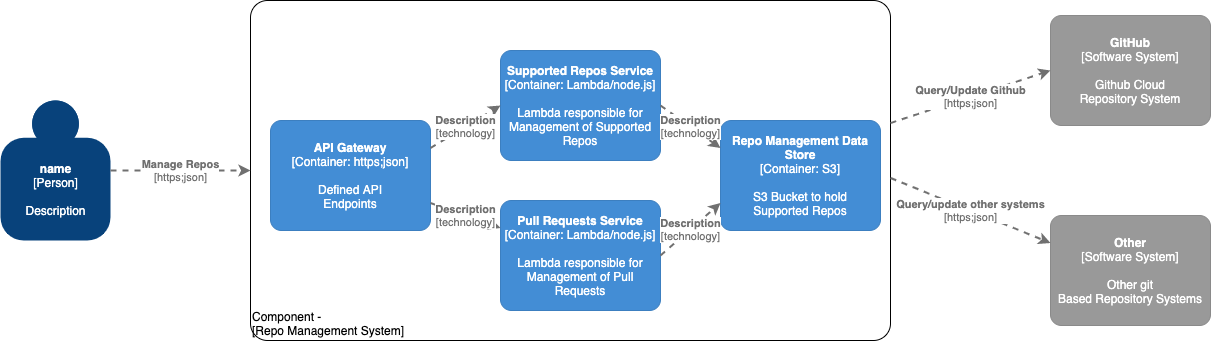
Above: design/images/Component.png in patrick-chesser-dev/repositorymanagement (draw.io), before the change. Source tidied: cells renumbered, new cells last; positions are measured from the earlier drawing's top-left corner, leaving out a move shared by most shapes.
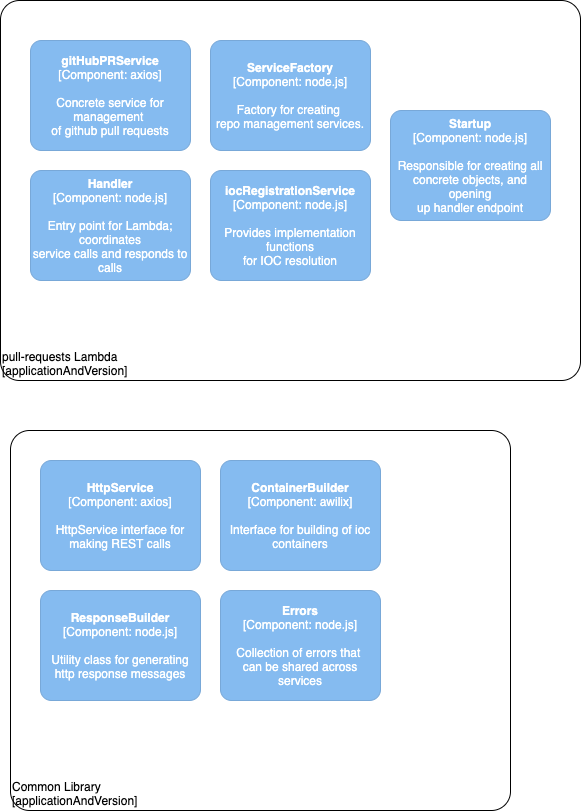
The same file after the commit.

Diff of the diagram source:
```diff
@@ -1,85 +1,61 @@
 <mxGraphModel>
   <root>
-    <mxCell id="0" />
-    <mxCell id="1" parent="0" />
-    <object id="2" label="&lt;div style=&quot;text-align: left&quot;&gt;%c4Name%&lt;/div&gt;&lt;div style=&quot;text-align: left&quot;&gt;[%c4Application%]&lt;/div&gt;" c4Application="Repo Management System" c4Name="Component -" c4Type="ExecutionEnvironment" placeholders="1">
-      <mxCell style="rounded=1;whiteSpace=wrap;html=1;labelBackgroundColor=none;fillColor=#ffffff;fontColor=#000000;align=left;arcSize=5;strokeColor=#000000;verticalAlign=bottom;metaData={&quot;c4Type&quot;:{&quot;editable&quot;:false}};points=[[0.25,0,0],[0.5,0,0],[0.75,0,0],[1,0.25,0],[1,0.5,0],[1,0.75,0],[0.75,1,0],[0.5,1,0],[0.25,1,0],[0,0.75,0],[0,0.5,0],[0,0.25,0]];" parent="1" vertex="1">
-        <mxGeometry x="250" width="640" height="340" as="geometry" />
-      </mxCell>
-    </object>
-    <object id="3" label="&lt;b&gt;%c4Name%&lt;/b&gt;&lt;div&gt;[%c4Type%]&lt;/div&gt;&lt;br&gt;&lt;div&gt;%c4Description%&lt;/div&gt;" c4Description="Description" c4Name="name" c4Type="Person" placeholders="1">
-      <mxCell style="html=1;dashed=0;whitespace=wrap;fillColor=#08427b;strokeColor=none;fontColor=#ffffff;shape=mxgraph.c4.person;align=center;points=[[0.5,0,0],[1,0.5,0],[1,0.75,0],[0.75,1,0],[0.5,1,0],[0.25,1,0],[0,0.75,0],[0,0.5,0]];metaData={&quot;c4Type&quot;:{&quot;editable&quot;:false}};" parent="1" vertex="1">
-        <mxGeometry y="100" width="110" height="140" as="geometry" />
-      </mxCell>
-    </object>
-    <object id="4" label="&lt;b&gt;%c4Name%&lt;/b&gt;&lt;div&gt;[%c4Type%: %c4Technology%]&lt;/div&gt;&lt;br&gt;&lt;div&gt;%c4Description%&lt;/div&gt;" c4Description="Defined API&#10;Endpoints" c4Name="API Gateway" c4Technology="https;json" c4Type="Container" placeholders="1">
-      <mxCell style="rounded=1;whiteSpace=wrap;html=1;labelBackgroundColor=none;fillColor=#438DD5;fontColor=#ffffff;align=center;arcSize=10;strokeColor=#3C7FC0;metaData={&quot;c4Type&quot;:{&quot;editable&quot;:false}};points=[[0.25,0,0],[0.5,0,0],[0.75,0,0],[1,0.25,0],[1,0.5,0],[1,0.75,0],[0.75,1,0],[0.5,1,0],[0.25,1,0],[0,0.75,0],[0,0.5,0],[0,0.25,0]];" parent="1" vertex="1">
-        <mxGeometry x="270" y="120" width="160" height="110" as="geometry" />
-      </mxCell>
-    </object>
-    <object id="5" label="&lt;b&gt;%c4Name%&lt;/b&gt;&lt;div&gt;[%c4Type%: %c4Technology%]&lt;/div&gt;&lt;br&gt;&lt;div&gt;%c4Description%&lt;/div&gt;" c4Description="Lambda responsible for&#10;Management of Supported Repos" c4Name="Supported Repos Service" c4Technology="Lambda/node.js" c4Type="Container" placeholders="1">
-      <mxCell style="rounded=1;whiteSpace=wrap;html=1;labelBackgroundColor=none;fillColor=#438DD5;fontColor=#ffffff;align=center;arcSize=10;strokeColor=#3C7FC0;metaData={&quot;c4Type&quot;:{&quot;editable&quot;:false}};points=[[0.25,0,0],[0.5,0,0],[0.75,0,0],[1,0.25,0],[1,0.5,0],[1,0.75,0],[0.75,1,0],[0.5,1,0],[0.25,1,0],[0,0.75,0],[0,0.5,0],[0,0.25,0]];" parent="1" vertex="1">
-        <mxGeometry x="500" y="50" width="160" height="110" as="geometry" />
-      </mxCell>
-    </object>
-    <object id="6" label="&lt;b&gt;%c4Name%&lt;/b&gt;&lt;div&gt;[%c4Type%: %c4Technology%]&lt;/div&gt;&lt;br&gt;&lt;div&gt;%c4Description%&lt;/div&gt;" c4Description="Lambda responsible for&#10;Management of Pull Requests" c4Name="Pull Requests Service" c4Technology="Lambda/node.js" c4Type="Container" placeholders="1">
-      <mxCell style="rounded=1;whiteSpace=wrap;html=1;labelBackgroundColor=none;fillColor=#438DD5;fontColor=#ffffff;align=center;arcSize=10;strokeColor=#3C7FC0;metaData={&quot;c4Type&quot;:{&quot;editable&quot;:false}};points=[[0.25,0,0],[0.5,0,0],[0.75,0,0],[1,0.25,0],[1,0.5,0],[1,0.75,0],[0.75,1,0],[0.5,1,0],[0.25,1,0],[0,0.75,0],[0,0.5,0],[0,0.25,0]];" parent="1" vertex="1">
-        <mxGeometry x="500" y="200" width="160" height="110" as="geometry" />
-      </mxCell>
-    </object>
-    <object id="7" label="&lt;b&gt;%c4Name%&lt;/b&gt;&lt;div&gt;[%c4Type%: %c4Technology%]&lt;/div&gt;&lt;br&gt;&lt;div&gt;%c4Description%&lt;/div&gt;" c4Description="S3 Bucket to hold&#10;Supported Repos" c4Name="Repo Management Data Store" c4Technology="S3" c4Type="Container" placeholders="1">
-      <mxCell style="rounded=1;whiteSpace=wrap;html=1;labelBackgroundColor=none;fillColor=#438DD5;fontColor=#ffffff;align=center;arcSize=10;strokeColor=#3C7FC0;metaData={&quot;c4Type&quot;:{&quot;editable&quot;:false}};points=[[0.25,0,0],[0.5,0,0],[0.75,0,0],[1,0.25,0],[1,0.5,0],[1,0.75,0],[0.75,1,0],[0.5,1,0],[0.25,1,0],[0,0.75,0],[0,0.5,0],[0,0.25,0]];" parent="1" vertex="1">
-        <mxGeometry x="720" y="120" width="160" height="110" as="geometry" />
-      </mxCell>
-    </object>
-    <object id="8" label="&lt;div style=&quot;text-align: left&quot;&gt;&lt;div style=&quot;text-align: center&quot;&gt;&lt;b&gt;%c4Description%&lt;/b&gt;&lt;/div&gt;&lt;div style=&quot;text-align: center&quot;&gt;[%c4Technology%]&lt;/div&gt;&lt;/div&gt;" c4Description="Manage Repos" c4Technology="https;json" c4Type="Relationship" placeholders="1">
-      <mxCell style="edgeStyle=none;rounded=0;html=1;entryX=0;entryY=0.5;jettySize=auto;strokeColor=#707070;strokeWidth=2;fontColor=#707070;jumpStyle=none;dashed=1;metaData={&quot;c4Type&quot;:{&quot;editable&quot;:false}};exitX=1;exitY=0.5;exitDx=0;exitDy=0;exitPerimeter=0;entryDx=0;entryDy=0;entryPerimeter=0;" parent="1" edge="1" source="3" target="2">
-        <mxGeometry relative="1" as="geometry" />
-      </mxCell>
-    </object>
-    <object id="9" label="&lt;div style=&quot;text-align: left&quot;&gt;&lt;div style=&quot;text-align: center&quot;&gt;&lt;b&gt;%c4Description%&lt;/b&gt;&lt;/div&gt;&lt;div style=&quot;text-align: center&quot;&gt;[%c4Technology%]&lt;/div&gt;&lt;/div&gt;" c4Description="Description" c4Technology="technology" c4Type="Relationship" placeholders="1">
-      <mxCell style="edgeStyle=none;rounded=0;html=1;jettySize=auto;strokeColor=#707070;strokeWidth=2;fontColor=#707070;jumpStyle=none;dashed=1;metaData={&quot;c4Type&quot;:{&quot;editable&quot;:false}};exitX=1;exitY=0.25;exitDx=0;exitDy=0;exitPerimeter=0;entryX=0;entryY=0.5;entryDx=0;entryDy=0;entryPerimeter=0;" parent="1" edge="1" source="4" target="5">
-        <mxGeometry relative="1" as="geometry" />
-      </mxCell>
-    </object>
-    <object id="10" label="&lt;div style=&quot;text-align: left&quot;&gt;&lt;div style=&quot;text-align: center&quot;&gt;&lt;b&gt;%c4Description%&lt;/b&gt;&lt;/div&gt;&lt;div style=&quot;text-align: center&quot;&gt;[%c4Technology%]&lt;/div&gt;&lt;/div&gt;" c4Description="Description" c4Technology="technology" c4Type="Relationship" placeholders="1">
-      <mxCell style="edgeStyle=none;rounded=0;html=1;entryX=0;entryY=0.25;jettySize=auto;strokeColor=#707070;strokeWidth=2;fontColor=#707070;jumpStyle=none;dashed=1;metaData={&quot;c4Type&quot;:{&quot;editable&quot;:false}};exitX=1;exitY=0.75;exitDx=0;exitDy=0;exitPerimeter=0;entryDx=0;entryDy=0;entryPerimeter=0;" parent="1" edge="1" source="4" target="6">
-        <mxGeometry relative="1" as="geometry" />
-      </mxCell>
-    </object>
-    <object id="11" label="&lt;div style=&quot;text-align: left&quot;&gt;&lt;div style=&quot;text-align: center&quot;&gt;&lt;b&gt;%c4Description%&lt;/b&gt;&lt;/div&gt;&lt;div style=&quot;text-align: center&quot;&gt;[%c4Technology%]&lt;/div&gt;&lt;/div&gt;" c4Description="Description" c4Technology="technology" c4Type="Relationship" placeholders="1">
-      <mxCell style="edgeStyle=none;rounded=0;html=1;entryX=0;entryY=0.75;jettySize=auto;strokeColor=#707070;strokeWidth=2;fontColor=#707070;jumpStyle=none;dashed=1;metaData={&quot;c4Type&quot;:{&quot;editable&quot;:false}};exitX=1;exitY=0.5;exitDx=0;exitDy=0;exitPerimeter=0;entryDx=0;entryDy=0;entryPerimeter=0;" parent="1" edge="1" source="6" target="7">
-        <mxGeometry relative="1" as="geometry" />
-      </mxCell>
-    </object>
-    <object id="12" label="&lt;div style=&quot;text-align: left&quot;&gt;&lt;div style=&quot;text-align: center&quot;&gt;&lt;b&gt;%c4Description%&lt;/b&gt;&lt;/div&gt;&lt;div style=&quot;text-align: center&quot;&gt;[%c4Technology%]&lt;/div&gt;&lt;/div&gt;" c4Description="Description" c4Technology="technology" c4Type="Relationship" placeholders="1">
-      <mxCell style="edgeStyle=none;rounded=0;html=1;entryX=0;entryY=0.25;jettySize=auto;strokeColor=#707070;strokeWidth=2;fontColor=#707070;jumpStyle=none;dashed=1;metaData={&quot;c4Type&quot;:{&quot;editable&quot;:false}};exitX=1;exitY=0.5;exitDx=0;exitDy=0;exitPerimeter=0;entryDx=0;entryDy=0;entryPerimeter=0;" parent="1" edge="1" source="5" target="7">
-        <mxGeometry relative="1" as="geometry" />
-      </mxCell>
-    </object>
-    <object id="13" label="&lt;b&gt;%c4Name%&lt;/b&gt;&lt;div&gt;[%c4Type%]&lt;/div&gt;&lt;br&gt;&lt;div&gt;%c4Description%&lt;/div&gt;" c4Description="Github Cloud&#10;Repository System" c4Name="GitHub" c4Type="Software System" placeholders="1">
-      <mxCell style="rounded=1;whiteSpace=wrap;html=1;labelBackgroundColor=none;fillColor=#999999;fontColor=#ffffff;align=center;arcSize=10;strokeColor=#8A8A8A;metaData={&quot;c4Type&quot;:{&quot;editable&quot;:false}};points=[[0.25,0,0],[0.5,0,0],[0.75,0,0],[1,0.25,0],[1,0.5,0],[1,0.75,0],[0.75,1,0],[0.5,1,0],[0.25,1,0],[0,0.75,0],[0,0.5,0],[0,0.25,0]];" parent="1" vertex="1">
-        <mxGeometry x="1050" y="15" width="160" height="110" as="geometry" />
-      </mxCell>
-    </object>
-    <object id="14" label="&lt;b&gt;%c4Name%&lt;/b&gt;&lt;div&gt;[%c4Type%]&lt;/div&gt;&lt;br&gt;&lt;div&gt;%c4Description%&lt;/div&gt;" c4Description="Other git&#10;Based Repository Systems" c4Name="Other " c4Type="Software System" placeholders="1">
-      <mxCell style="rounded=1;whiteSpace=wrap;html=1;labelBackgroundColor=none;fillColor=#999999;fontColor=#ffffff;align=center;arcSize=10;strokeColor=#8A8A8A;metaData={&quot;c4Type&quot;:{&quot;editable&quot;:false}};points=[[0.25,0,0],[0.5,0,0],[0.75,0,0],[1,0.25,0],[1,0.5,0],[1,0.75,0],[0.75,1,0],[0.5,1,0],[0.25,1,0],[0,0.75,0],[0,0.5,0],[0,0.25,0]];" parent="1" vertex="1">
-        <mxGeometry x="1050" y="215" width="160" height="110" as="geometry" />
-      </mxCell>
-    </object>
-    <object id="15" label="&lt;div style=&quot;text-align: left&quot;&gt;&lt;div style=&quot;text-align: center&quot;&gt;&lt;b&gt;%c4Description%&lt;/b&gt;&lt;/div&gt;&lt;div style=&quot;text-align: center&quot;&gt;[%c4Technology%]&lt;/div&gt;&lt;/div&gt;" c4Description="Query/Update Github" c4Technology="https;json" c4Type="Relationship" placeholders="1">
-      <mxCell style="edgeStyle=none;rounded=0;html=1;entryX=0;entryY=0.5;jettySize=auto;strokeColor=#707070;strokeWidth=2;fontColor=#707070;jumpStyle=none;dashed=1;metaData={&quot;c4Type&quot;:{&quot;editable&quot;:false}};exitX=1;exitY=0.25;exitDx=0;exitDy=0;exitPerimeter=0;entryDx=0;entryDy=0;entryPerimeter=0;" parent="1" edge="1" target="13">
-        <mxGeometry relative="1" as="geometry">
-          <mxPoint x="890" y="122.5" as="sourcePoint" />
-        </mxGeometry>
-      </mxCell>
-    </object>
-    <object id="16" label="&lt;div style=&quot;text-align: left&quot;&gt;&lt;div style=&quot;text-align: center&quot;&gt;&lt;b&gt;%c4Description%&lt;/b&gt;&lt;/div&gt;&lt;div style=&quot;text-align: center&quot;&gt;[%c4Technology%]&lt;/div&gt;&lt;/div&gt;" c4Description="Query/update other systems" c4Technology="https;json" c4Type="Relationship" placeholders="1">
-      <mxCell style="edgeStyle=none;rounded=0;html=1;entryX=0;entryY=0.25;jettySize=auto;strokeColor=#707070;strokeWidth=2;fontColor=#707070;jumpStyle=none;dashed=1;metaData={&quot;c4Type&quot;:{&quot;editable&quot;:false}};exitX=1;exitY=0.75;exitDx=0;exitDy=0;exitPerimeter=0;entryDx=0;entryDy=0;entryPerimeter=0;" parent="1" edge="1" target="14">
-        <mxGeometry relative="1" as="geometry">
-          <mxPoint x="890" y="177.5" as="sourcePoint" />
-        </mxGeometry>
-      </mxCell>
-    </object>
+    <mxCell id="17" />
+    <mxCell id="18" parent="17" />
+    <object id="19" label="&lt;div style=&quot;text-align: left&quot;&gt;%c4Name%&lt;/div&gt;&lt;div style=&quot;text-align: left&quot;&gt;[%c4Application%]&lt;/div&gt;" c4Application="applicationAndVersion" c4Name="pull-requests Lambda" c4Type="ExecutionEnvironment" placeholders="1">
+      <mxCell style="rounded=1;whiteSpace=wrap;html=1;labelBackgroundColor=none;fillColor=#ffffff;fontColor=#000000;align=left;arcSize=5;strokeColor=#000000;verticalAlign=bottom;metaData={&quot;c4Type&quot;:{&quot;editable&quot;:false}};" parent="18" vertex="1">
+        <mxGeometry x="300" y="-100" width="580" height="380" as="geometry" />
+      </mxCell>
+    </object>
+    <object id="20" label="&lt;div style=&quot;text-align: left&quot;&gt;%c4Name%&lt;/div&gt;&lt;div style=&quot;text-align: left&quot;&gt;[%c4Application%]&lt;/div&gt;" c4Application="applicationAndVersion" c4Name="Common Library" c4Type="ExecutionEnvironment" placeholders="1">
+      <mxCell style="rounded=1;whiteSpace=wrap;html=1;labelBackgroundColor=none;fillColor=#ffffff;fontColor=#000000;align=left;arcSize=5;strokeColor=#000000;verticalAlign=bottom;metaData={&quot;c4Type&quot;:{&quot;editable&quot;:false}};" parent="18" vertex="1">
+        <mxGeometry x="310" y="330" width="500" height="380" as="geometry" />
+      </mxCell>
+    </object>
+    <object id="21" label="&lt;b&gt;%c4Name%&lt;/b&gt;&lt;div&gt;[%c4Type%: %c4Technology%]&lt;/div&gt;&lt;br&gt;&lt;div&gt;%c4Description%&lt;/div&gt;" c4Description="HttpService interface for&#10;making REST calls" c4Name="HttpService" c4Technology="axios" c4Type="Component" placeholders="1">
+      <mxCell style="rounded=1;whiteSpace=wrap;html=1;labelBackgroundColor=none;fillColor=#85BBF0;fontColor=#ffffff;align=center;arcSize=10;strokeColor=#78A8D8;metaData={&quot;c4Type&quot;:{&quot;editable&quot;:false}};" parent="18" vertex="1">
+        <mxGeometry x="340" y="360" width="160" height="110" as="geometry" />
+      </mxCell>
+    </object>
+    <object id="22" label="&lt;b&gt;%c4Name%&lt;/b&gt;&lt;div&gt;[%c4Type%: %c4Technology%]&lt;/div&gt;&lt;br&gt;&lt;div&gt;%c4Description%&lt;/div&gt;" c4Description="Interface for building of ioc&#10;containers" c4Name="ContainerBuilder" c4Technology="awilix" c4Type="Component" placeholders="1">
+      <mxCell style="rounded=1;whiteSpace=wrap;html=1;labelBackgroundColor=none;fillColor=#85BBF0;fontColor=#ffffff;align=center;arcSize=10;strokeColor=#78A8D8;metaData={&quot;c4Type&quot;:{&quot;editable&quot;:false}};" parent="18" vertex="1">
+        <mxGeometry x="520" y="360" width="160" height="110" as="geometry" />
+      </mxCell>
+    </object>
+    <object id="23" label="&lt;b&gt;%c4Name%&lt;/b&gt;&lt;div&gt;[%c4Type%: %c4Technology%]&lt;/div&gt;&lt;br&gt;&lt;div&gt;%c4Description%&lt;/div&gt;" c4Description="Utility class for generating&#10;http response messages" c4Name="ResponseBuilder" c4Technology="node.js" c4Type="Component" placeholders="1">
+      <mxCell style="rounded=1;whiteSpace=wrap;html=1;labelBackgroundColor=none;fillColor=#85BBF0;fontColor=#ffffff;align=center;arcSize=10;strokeColor=#78A8D8;metaData={&quot;c4Type&quot;:{&quot;editable&quot;:false}};" parent="18" vertex="1">
+        <mxGeometry x="340" y="490" width="160" height="110" as="geometry" />
+      </mxCell>
+    </object>
+    <object id="24" label="&lt;b&gt;%c4Name%&lt;/b&gt;&lt;div&gt;[%c4Type%: %c4Technology%]&lt;/div&gt;&lt;br&gt;&lt;div&gt;%c4Description%&lt;/div&gt;" c4Description="Collection of errors that &#10;can be shared across services" c4Name="Errors" c4Technology="node.js" c4Type="Component" placeholders="1">
+      <mxCell style="rounded=1;whiteSpace=wrap;html=1;labelBackgroundColor=none;fillColor=#85BBF0;fontColor=#ffffff;align=center;arcSize=10;strokeColor=#78A8D8;metaData={&quot;c4Type&quot;:{&quot;editable&quot;:false}};" parent="18" vertex="1">
+        <mxGeometry x="520" y="490" width="160" height="110" as="geometry" />
+      </mxCell>
+    </object>
+    <object id="25" label="&lt;b&gt;%c4Name%&lt;/b&gt;&lt;div&gt;[%c4Type%: %c4Technology%]&lt;/div&gt;&lt;br&gt;&lt;div&gt;%c4Description%&lt;/div&gt;" c4Description="Concrete service for management &#10;of github pull requests" c4Name="gitHubPRService" c4Technology="axios" c4Type="Component" placeholders="1">
+      <mxCell style="rounded=1;whiteSpace=wrap;html=1;labelBackgroundColor=none;fillColor=#85BBF0;fontColor=#ffffff;align=center;arcSize=10;strokeColor=#78A8D8;metaData={&quot;c4Type&quot;:{&quot;editable&quot;:false}};" parent="18" vertex="1">
+        <mxGeometry x="330" y="-60" width="160" height="110" as="geometry" />
+      </mxCell>
+    </object>
+    <object id="26" label="&lt;b&gt;%c4Name%&lt;/b&gt;&lt;div&gt;[%c4Type%: %c4Technology%]&lt;/div&gt;&lt;br&gt;&lt;div&gt;%c4Description%&lt;/div&gt;" c4Description="Factory for creating &#10;repo management services. " c4Name="ServiceFactory" c4Technology="node.js" c4Type="Component" placeholders="1">
+      <mxCell style="rounded=1;whiteSpace=wrap;html=1;labelBackgroundColor=none;fillColor=#85BBF0;fontColor=#ffffff;align=center;arcSize=10;strokeColor=#78A8D8;metaData={&quot;c4Type&quot;:{&quot;editable&quot;:false}};" parent="18" vertex="1">
+        <mxGeometry x="510" y="-60" width="160" height="110" as="geometry" />
+      </mxCell>
+    </object>
+    <object id="27" label="&lt;b&gt;%c4Name%&lt;/b&gt;&lt;div&gt;[%c4Type%: %c4Technology%]&lt;/div&gt;&lt;br&gt;&lt;div&gt;%c4Description%&lt;/div&gt;" c4Description="Entry point for Lambda; coordinates&#10;service calls and responds to calls" c4Name="Handler" c4Technology="node.js" c4Type="Component" placeholders="1">
+      <mxCell style="rounded=1;whiteSpace=wrap;html=1;labelBackgroundColor=none;fillColor=#85BBF0;fontColor=#ffffff;align=center;arcSize=10;strokeColor=#78A8D8;metaData={&quot;c4Type&quot;:{&quot;editable&quot;:false}};" parent="18" vertex="1">
+        <mxGeometry x="330" y="70" width="160" height="110" as="geometry" />
+      </mxCell>
+    </object>
+    <object id="28" label="&lt;b&gt;%c4Name%&lt;/b&gt;&lt;div&gt;[%c4Type%: %c4Technology%]&lt;/div&gt;&lt;br&gt;&lt;div&gt;%c4Description%&lt;/div&gt;" c4Description="Provides implementation functions&#10;for IOC resolution" c4Name="iocRegistrationService" c4Technology="node.js" c4Type="Component" placeholders="1">
+      <mxCell style="rounded=1;whiteSpace=wrap;html=1;labelBackgroundColor=none;fillColor=#85BBF0;fontColor=#ffffff;align=center;arcSize=10;strokeColor=#78A8D8;metaData={&quot;c4Type&quot;:{&quot;editable&quot;:false}};" parent="18" vertex="1">
+        <mxGeometry x="510" y="70" width="160" height="110" as="geometry" />
+      </mxCell>
+    </object>
+    <object id="29" label="&lt;b&gt;%c4Name%&lt;/b&gt;&lt;div&gt;[%c4Type%: %c4Technology%]&lt;/div&gt;&lt;br&gt;&lt;div&gt;%c4Description%&lt;/div&gt;" c4Description="Responsible for creating all&#10;concrete objects, and opening&#10;up handler endpoint" c4Name="Startup" c4Technology="node.js" c4Type="Component" placeholders="1">
+      <mxCell style="rounded=1;whiteSpace=wrap;html=1;labelBackgroundColor=none;fillColor=#85BBF0;fontColor=#ffffff;align=center;arcSize=10;strokeColor=#78A8D8;metaData={&quot;c4Type&quot;:{&quot;editable&quot;:false}};" parent="18" vertex="1">
+        <mxGeometry x="690" y="10" width="160" height="110" as="geometry" />
+      </mxCell>
+    </object>
   </root>
 </mxGraphModel>
```
